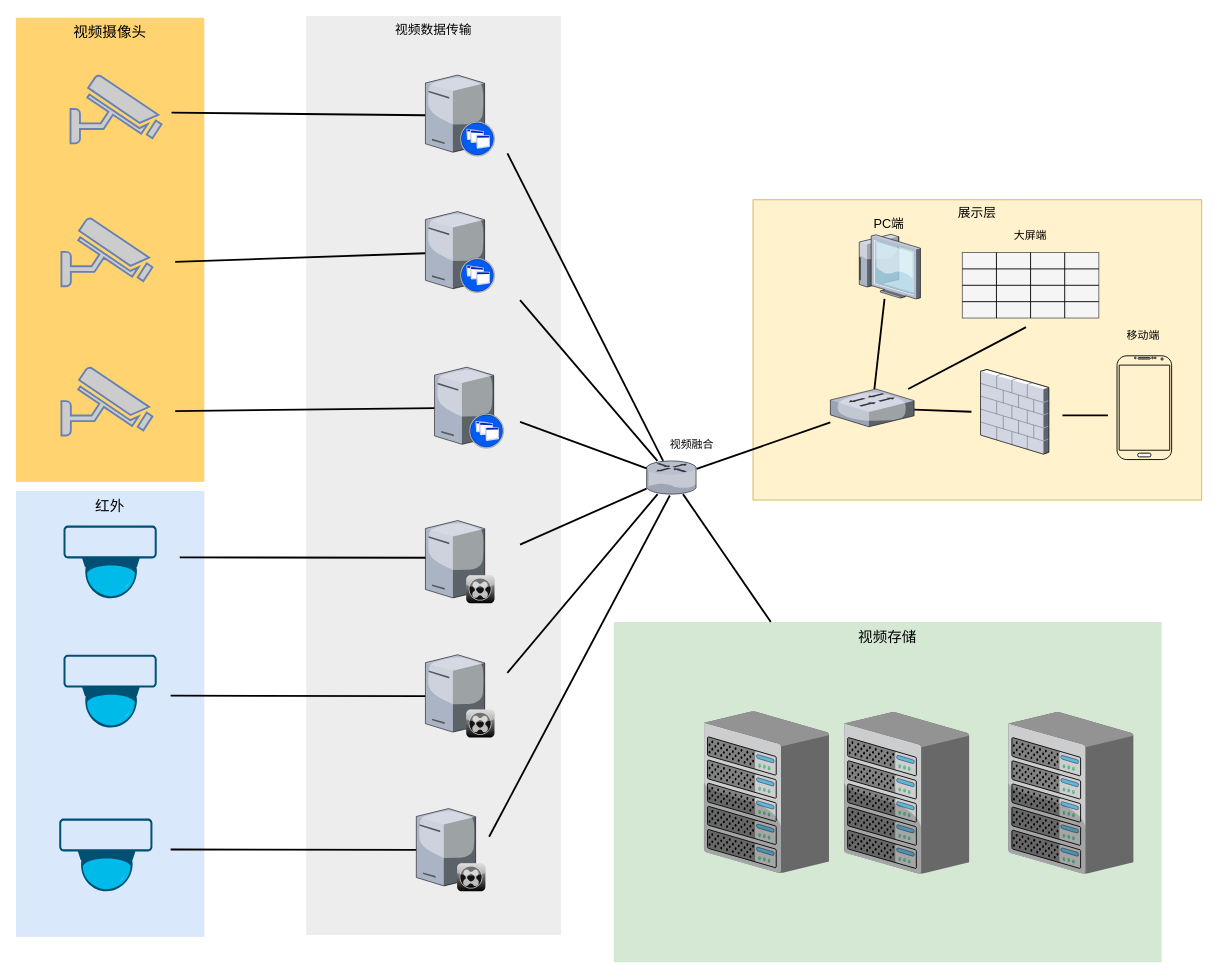
The draw.io diagram 视频汇聚.drawio in singleYU/WPF_Docs, before the edit. Source tidied: cells renumbered, new cells numbered last; positions are measured from the earlier drawing's top-left corner, leaving out a move shared by most shapes. Both pictures are drawn from the tidied source at 91%, with x=0, y=0 at pixel (15, 15).
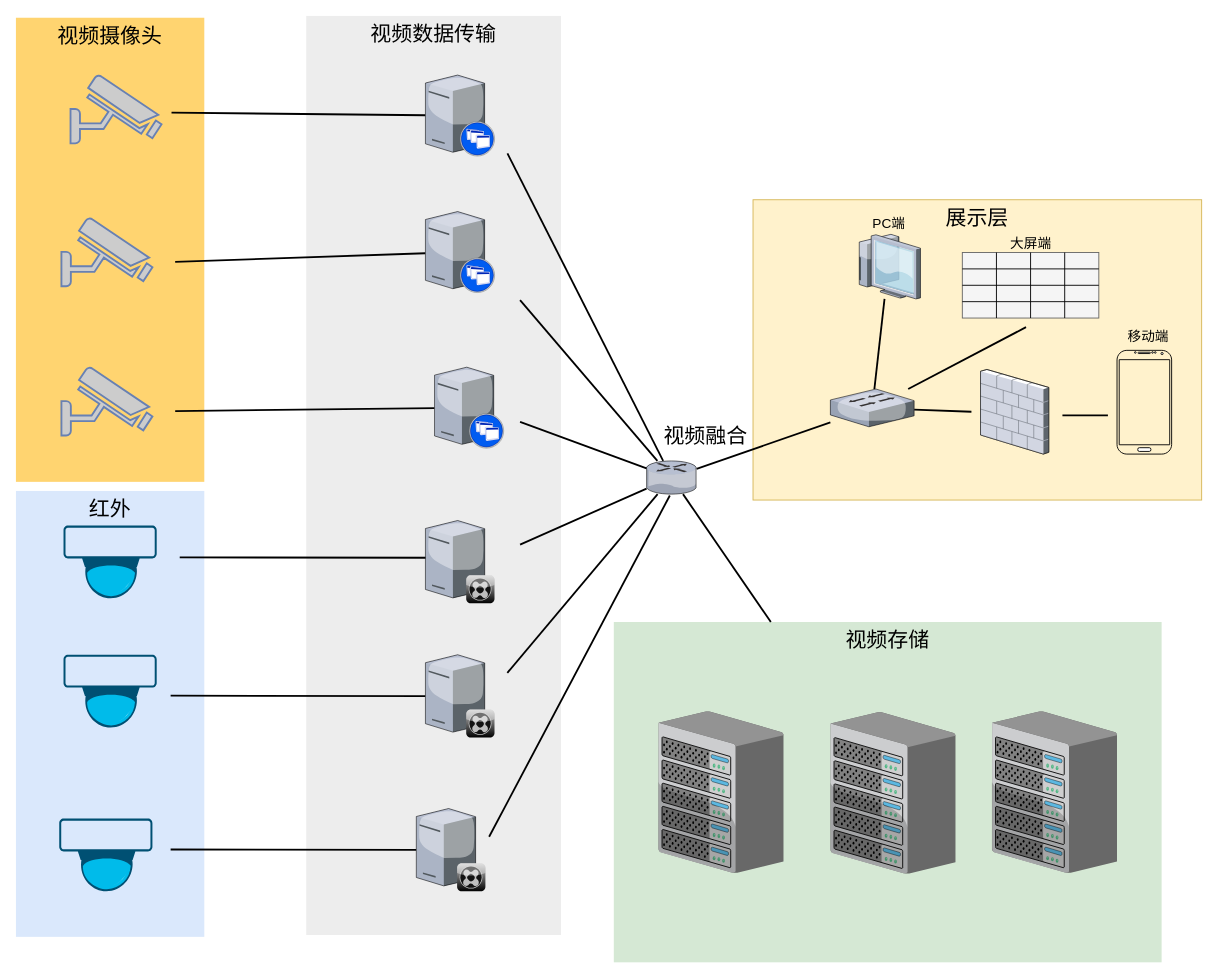
The same diagram, later.

Commit message (it also covers changes not shown here):
更新视频汇聚.drawio

Change to the diagram source:
```diff
@@
-    <mxCell id="2" value="展示层" style="whiteSpace=wrap;html=1;fillColor=#fff2cc;fontSize=14;strokeColor=#d6b656;verticalAlign=top;" parent="1" vertex="1">
+    <mxCell id="2" value="&lt;font style=&quot;font-size: 23px&quot;&gt;展示层&lt;/font&gt;" style="whiteSpace=wrap;html=1;fillColor=#fff2cc;fontSize=14;strokeColor=#d6b656;verticalAlign=top;" parent="1" vertex="1">
       <mxGeometry x="810" y="202" width="493" height="330" as="geometry" />
     </mxCell>
-    <mxCell id="3" value="&lt;font style=&quot;font-size: 16px&quot;&gt;视频存储&lt;/font&gt;" style="whiteSpace=wrap;html=1;fillColor=#d5e8d4;fontSize=14;strokeColor=none;verticalAlign=top;" parent="1" vertex="1">
+    <mxCell id="3" value="&lt;font style=&quot;font-size: 23px&quot;&gt;视频存储&lt;/font&gt;" style="whiteSpace=wrap;html=1;fillColor=#d5e8d4;fontSize=14;strokeColor=none;verticalAlign=top;" parent="1" vertex="1">
       <mxGeometry x="657" y="666" width="602" height="374" as="geometry" />
     </mxCell>
-    <mxCell id="4" value="&lt;span&gt;视频数据传输&lt;/span&gt;" style="whiteSpace=wrap;html=1;fillColor=#EDEDED;fontSize=14;strokeColor=none;verticalAlign=top;" parent="1" vertex="1">
+    <mxCell id="4" value="&lt;span&gt;&lt;font style=&quot;font-size: 23px&quot;&gt;视频数据传输&lt;/font&gt;&lt;/span&gt;" style="whiteSpace=wrap;html=1;fillColor=#EDEDED;fontSize=14;strokeColor=none;verticalAlign=top;" parent="1" vertex="1">
       <mxGeometry x="319" width="280" height="1010" as="geometry" />
     </mxCell>
-    <mxCell id="5" value="&lt;font style=&quot;font-size: 16px&quot;&gt;红外&lt;/font&gt;" style="whiteSpace=wrap;html=1;fillColor=#dae8fc;fontSize=14;strokeColor=none;verticalAlign=top;" parent="1" vertex="1">
+    <mxCell id="5" value="&lt;font style=&quot;font-size: 23px&quot;&gt;红外&lt;/font&gt;" style="whiteSpace=wrap;html=1;fillColor=#dae8fc;fontSize=14;strokeColor=none;verticalAlign=top;" parent="1" vertex="1">
       <mxGeometry y="522" width="207" height="490" as="geometry" />
     </mxCell>
-    <mxCell id="6" value="&lt;font style=&quot;font-size: 16px&quot;&gt;视频摄像头&lt;/font&gt;" style="whiteSpace=wrap;html=1;fillColor=#FFD470;gradientColor=none;fontSize=14;strokeColor=none;verticalAlign=top;" parent="1" vertex="1">
+    <mxCell id="6" value="&lt;font style=&quot;font-size: 23px&quot;&gt;视频摄像头&lt;/font&gt;" style="whiteSpace=wrap;html=1;fillColor=#FFD470;gradientColor=none;fontSize=14;strokeColor=none;verticalAlign=top;" parent="1" vertex="1">
       <mxGeometry y="2" width="207" height="510" as="geometry" />
     </mxCell>
@@
     <mxCell id="19" style="verticalLabelPosition=bottom;html=1;verticalAlign=top;strokeColor=none;shape=mxgraph.citrix.chassis;fillColor=#66B2FF;gradientColor=#0066CC;fontSize=14;" parent="1" vertex="1">
-      <mxGeometry x="756" y="764.2" width="137.5" height="177.5" as="geometry" />
+      <mxGeometry x="706" y="764.2" width="137.5" height="177.5" as="geometry" />
     </mxCell>
@@
-    <mxCell id="29" value="PC端&lt;br&gt;" style="verticalLabelPosition=top;html=1;verticalAlign=bottom;strokeColor=none;shape=mxgraph.citrix.thin_client;fillColor=#66B2FF;gradientColor=#0066CC;fontSize=14;labelPosition=center;align=center;" parent="1" vertex="1">
+    <mxCell id="29" value="&lt;font style=&quot;font-size: 15px&quot;&gt;PC端&lt;/font&gt;" style="verticalLabelPosition=top;html=1;verticalAlign=bottom;strokeColor=none;shape=mxgraph.citrix.thin_client;fillColor=#66B2FF;gradientColor=#0066CC;fontSize=14;labelPosition=center;align=center;" parent="1" vertex="1">
       <mxGeometry x="923" y="240" width="71" height="71" as="geometry" />
     </mxCell>
     <mxCell id="30" style="verticalLabelPosition=bottom;html=1;verticalAlign=top;strokeColor=none;shape=mxgraph.citrix.chassis;fillColor=#66B2FF;gradientColor=#0066CC;fontSize=14;" parent="1" vertex="1">
-      <mxGeometry x="910" y="765" width="137.5" height="177.5" as="geometry" />
+      <mxGeometry x="895" y="765" width="137.5" height="177.5" as="geometry" />
     </mxCell>
     <mxCell id="31" style="verticalLabelPosition=bottom;html=1;verticalAlign=top;strokeColor=none;shape=mxgraph.citrix.chassis;fillColor=#66B2FF;gradientColor=#0066CC;fontSize=14;" parent="1" vertex="1">
-      <mxGeometry x="1090.5" y="765" width="137.5" height="177.5" as="geometry" />
+      <mxGeometry x="1072.5" y="764.2" width="137.5" height="177.5" as="geometry" />
     </mxCell>
@@
-    <mxCell id="39" value="大屏端" style="text;html=1;strokeColor=none;fillColor=none;align=center;verticalAlign=middle;whiteSpace=wrap;rounded=0;" parent="1" vertex="1">
-      <mxGeometry x="1095" y="232" width="40" height="20" as="geometry" />
+    <mxCell id="39" value="大屏端" style="text;html=1;strokeColor=none;fillColor=none;align=center;verticalAlign=middle;whiteSpace=wrap;rounded=0;fontSize=15;" parent="1" vertex="1">
+      <mxGeometry x="1077.5" y="239" width="75" height="20" as="geometry" />
     </mxCell>
     <mxCell id="40" style="verticalLabelPosition=bottom;verticalAlign=top;html=1;shadow=0;dashed=0;strokeWidth=1;shape=mxgraph.android.phone2;fillColor=none;" parent="1" vertex="1">
-      <mxGeometry x="1210" y="373.5" width="60" height="114" as="geometry" />
+      <mxGeometry x="1210" y="367.5" width="60" height="114" as="geometry" />
     </mxCell>
@@
-    <mxCell id="43" value="移动端" style="text;html=1;strokeColor=none;fillColor=none;align=center;verticalAlign=middle;whiteSpace=wrap;rounded=0;" parent="1" vertex="1">
-      <mxGeometry x="1219" y="342" width="40" height="20" as="geometry" />
+    <mxCell id="43" value="移动端" style="text;html=1;strokeColor=none;fillColor=none;align=center;verticalAlign=middle;whiteSpace=wrap;rounded=0;fontSize=15;" parent="1" vertex="1">
+      <mxGeometry x="1219" y="342" width="51" height="20" as="geometry" />
     </mxCell>
@@
-    <mxCell id="54" value="视频融合" style="text;html=1;strokeColor=none;fillColor=none;align=center;verticalAlign=middle;whiteSpace=wrap;rounded=0;" parent="1" vertex="1">
-      <mxGeometry x="716" y="461" width="54" height="20" as="geometry" />
+    <mxCell id="54" value="视频融合" style="text;html=1;strokeColor=none;fillColor=none;align=center;verticalAlign=middle;whiteSpace=wrap;rounded=0;fontSize=23;" parent="1" vertex="1">
+      <mxGeometry x="706" y="451.5" width="104" height="20" as="geometry" />
     </mxCell>
```
